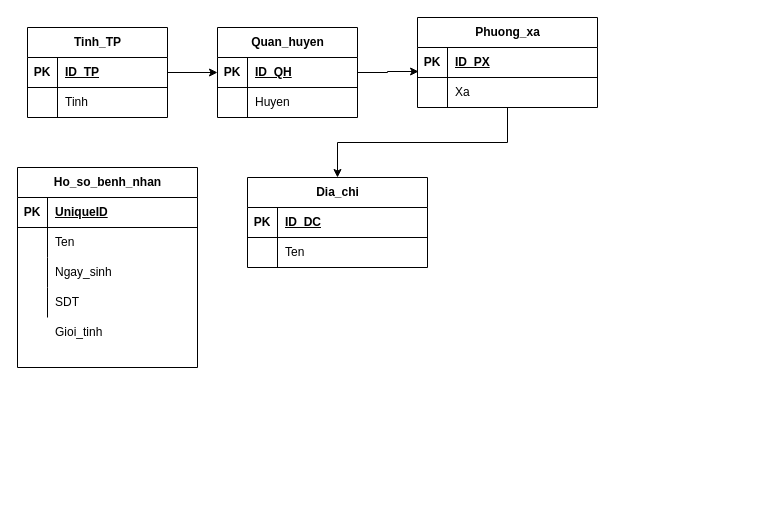
The draw.io diagram Untitled1 Diagram.drawio in PhuThuan/test1, before the edit. Source tidied: cells renumbered, new cells numbered last; positions are measured from the earlier drawing's top-left corner, leaving out a move shared by most shapes. Both pictures are drawn from the tidied source at 100%, with x=0, y=0 at pixel (17, 17).
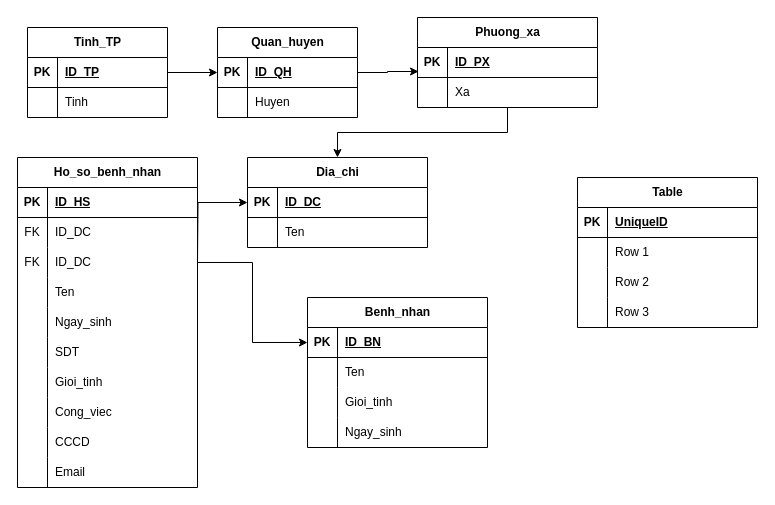
The same diagram, later.

Unchanged cells that the change refers to:
```xml
<mxCell id="27" style="shape=tableRow;horizontal=0;startSize=0;swimlaneHead=0;swimlaneBody=0;fillColor=none;points=[[0,0.5],[1,0.5]];portConstraint=eastwest;top=0;left=0;right=0;bottom=1;" parent="26" vertex="1">
  <mxGeometry y="30" width="180" height="30" as="geometry" />
</mxCell>
<mxCell id="35" style="shape=tableRow;horizontal=0;startSize=0;swimlaneHead=0;swimlaneBody=0;fillColor=none;top=0;left=0;right=0;bottom=1;" parent="34" vertex="1">
  <mxGeometry y="30" width="180" height="30" as="geometry" />
</mxCell>
```

What changed in the source:
```diff
@@
     <mxCell id="26" value="Dia_chi" style="shape=table;startSize=30;childLayout=tableLayout;rowLines=0;fontStyle=1;align=center;html=1;" parent="1" vertex="1">
-      <mxGeometry x="230" y="160" width="180" height="90" as="geometry" />
+      <mxGeometry x="230" y="140" width="180" height="90" as="geometry" />
     </mxCell>
@@
-    <mxCell id="33" value="Gioi_tinh&lt;br&gt;" style="shape=partialRectangle;fillColor=none;top=0;left=0;bottom=0;right=0;align=left;spacingLeft=6;overflow=hidden;whiteSpace=wrap;html=1;direction=west;" parent="1" vertex="1">
-      <mxGeometry x="30" y="300" width="150" height="30" as="geometry" />
-    </mxCell>
     <mxCell id="34" value="Ho_so_benh_nhan" style="shape=table;startSize=30;childLayout=tableLayout;rowLines=0;fontStyle=1;align=center;html=1;" parent="1" vertex="1">
-      <mxGeometry y="150" width="180" height="200" as="geometry" />
+      <mxGeometry y="140" width="180" height="330" as="geometry" />
     </mxCell>
@@
-    <mxCell id="37" value="UniqueID" style="shape=partialRectangle;fillColor=none;top=0;left=0;bottom=0;right=0;align=left;spacingLeft=6;fontStyle=5;overflow=hidden;whiteSpace=wrap;html=1;" parent="35" vertex="1">
+    <mxCell id="37" value="ID_HS" style="shape=partialRectangle;fillColor=none;top=0;left=0;bottom=0;right=0;align=left;spacingLeft=6;fontStyle=5;overflow=hidden;whiteSpace=wrap;html=1;" parent="35" vertex="1">
       <mxGeometry x="30" width="150" height="30" as="geometry" />
     </mxCell>
+    <mxCell id="47" style="shape=tableRow;horizontal=0;startSize=0;swimlaneHead=0;swimlaneBody=0;fillColor=none;top=0;left=0;right=0;bottom=0;" parent="34" vertex="1">
+      <mxGeometry y="60" width="180" height="30" as="geometry" />
+    </mxCell>
+    <mxCell id="48" value="FK" style="shape=partialRectangle;fillColor=none;top=0;left=0;bottom=0;right=0;overflow=hidden;whiteSpace=wrap;html=1;" parent="47" vertex="1">
+      <mxGeometry width="30" height="30" as="geometry" />
+    </mxCell>
+    <mxCell id="49" value="ID_DC" style="shape=partialRectangle;fillColor=none;top=0;left=0;bottom=0;right=0;align=left;spacingLeft=6;overflow=hidden;whiteSpace=wrap;html=1;" parent="47" vertex="1">
+      <mxGeometry x="30" width="150" height="30" as="geometry" />
+    </mxCell>
+    <mxCell id="50" style="shape=tableRow;horizontal=0;startSize=0;swimlaneHead=0;swimlaneBody=0;fillColor=none;points=[[0,0.5],[1,0.5]];portConstraint=eastwest;top=0;left=0;right=0;bottom=0;" parent="34" vertex="1">
+      <mxGeometry y="90" width="180" height="30" as="geometry" />
+    </mxCell>
+    <mxCell id="51" value="FK" style="shape=partialRectangle;fillColor=none;top=0;left=0;bottom=0;right=0;overflow=hidden;whiteSpace=wrap;html=1;" parent="50" vertex="1">
+      <mxGeometry width="30" height="30" as="geometry" />
+    </mxCell>
+    <mxCell id="52" value="ID_DC" style="shape=partialRectangle;fillColor=none;top=0;left=0;bottom=0;right=0;align=left;spacingLeft=6;overflow=hidden;whiteSpace=wrap;html=1;" parent="50" vertex="1">
+      <mxGeometry x="30" width="150" height="30" as="geometry" />
+    </mxCell>
     <mxCell id="38" style="shape=tableRow;horizontal=0;startSize=0;swimlaneHead=0;swimlaneBody=0;fillColor=none;top=0;left=0;right=0;bottom=0;" parent="34" vertex="1">
-      <mxGeometry y="60" width="180" height="30" as="geometry" />
+      <mxGeometry y="120" width="180" height="30" as="geometry" />
     </mxCell>
@@
     <mxCell id="41" style="shape=tableRow;horizontal=0;startSize=0;swimlaneHead=0;swimlaneBody=0;fillColor=none;top=0;left=0;right=0;bottom=0;" parent="34" vertex="1">
-      <mxGeometry y="90" width="180" height="30" as="geometry" />
+      <mxGeometry y="150" width="180" height="30" as="geometry" />
     </mxCell>
@@
     <mxCell id="44" style="shape=tableRow;horizontal=0;startSize=0;swimlaneHead=0;swimlaneBody=0;fillColor=none;top=0;left=0;right=0;bottom=0;" parent="34" vertex="1">
-      <mxGeometry y="120" width="180" height="30" as="geometry" />
+      <mxGeometry y="180" width="180" height="30" as="geometry" />
     </mxCell>
@@
+    <mxCell id="53" style="shape=tableRow;horizontal=0;startSize=0;swimlaneHead=0;swimlaneBody=0;fillColor=none;top=0;left=0;right=0;bottom=0;" parent="34" vertex="1">
+      <mxGeometry y="210" width="180" height="30" as="geometry" />
+    </mxCell>
+    <mxCell id="54" style="shape=partialRectangle;fillColor=none;top=0;left=0;bottom=0;right=0;overflow=hidden;whiteSpace=wrap;html=1;" parent="53" vertex="1">
+      <mxGeometry width="30" height="30" as="geometry" />
+    </mxCell>
+    <mxCell id="55" value="Gioi_tinh" style="shape=partialRectangle;fillColor=none;top=0;left=0;bottom=0;right=0;align=left;spacingLeft=6;overflow=hidden;whiteSpace=wrap;html=1;" parent="53" vertex="1">
+      <mxGeometry x="30" width="150" height="30" as="geometry" />
+    </mxCell>
+    <mxCell id="56" style="shape=tableRow;horizontal=0;startSize=0;swimlaneHead=0;swimlaneBody=0;fillColor=none;top=0;left=0;right=0;bottom=0;" parent="34" vertex="1">
+      <mxGeometry y="240" width="180" height="30" as="geometry" />
+    </mxCell>
+    <mxCell id="57" style="shape=partialRectangle;fillColor=none;top=0;left=0;bottom=0;right=0;overflow=hidden;whiteSpace=wrap;html=1;" parent="56" vertex="1">
+      <mxGeometry width="30" height="30" as="geometry" />
+    </mxCell>
+    <mxCell id="58" value="Cong_viec" style="shape=partialRectangle;fillColor=none;top=0;left=0;bottom=0;right=0;align=left;spacingLeft=6;overflow=hidden;whiteSpace=wrap;html=1;" parent="56" vertex="1">
+      <mxGeometry x="30" width="150" height="30" as="geometry" />
+    </mxCell>
+    <mxCell id="59" style="shape=tableRow;horizontal=0;startSize=0;swimlaneHead=0;swimlaneBody=0;fillColor=none;top=0;left=0;right=0;bottom=0;" parent="34" vertex="1">
+      <mxGeometry y="270" width="180" height="30" as="geometry" />
+    </mxCell>
+    <mxCell id="60" style="shape=partialRectangle;fillColor=none;top=0;left=0;bottom=0;right=0;overflow=hidden;whiteSpace=wrap;html=1;" parent="59" vertex="1">
+      <mxGeometry width="30" height="30" as="geometry" />
+    </mxCell>
+    <mxCell id="61" value="CCCD" style="shape=partialRectangle;fillColor=none;top=0;left=0;bottom=0;right=0;align=left;spacingLeft=6;overflow=hidden;whiteSpace=wrap;html=1;" parent="59" vertex="1">
+      <mxGeometry x="30" width="150" height="30" as="geometry" />
+    </mxCell>
+    <mxCell id="62" style="shape=tableRow;horizontal=0;startSize=0;swimlaneHead=0;swimlaneBody=0;fillColor=none;top=0;left=0;right=0;bottom=0;" parent="34" vertex="1">
+      <mxGeometry y="300" width="180" height="30" as="geometry" />
+    </mxCell>
+    <mxCell id="63" style="shape=partialRectangle;fillColor=none;top=0;left=0;bottom=0;right=0;overflow=hidden;whiteSpace=wrap;html=1;" parent="62" vertex="1">
+      <mxGeometry width="30" height="30" as="geometry" />
+    </mxCell>
+    <mxCell id="64" value="Email" style="shape=partialRectangle;fillColor=none;top=0;left=0;bottom=0;right=0;align=left;spacingLeft=6;overflow=hidden;whiteSpace=wrap;html=1;" parent="62" vertex="1">
+      <mxGeometry x="30" width="150" height="30" as="geometry" />
+    </mxCell>
+    <mxCell id="65" value="Benh_nhan" style="shape=table;startSize=30;childLayout=tableLayout;rowLines=0;fontStyle=1;align=center;html=1;" parent="1" vertex="1">
+      <mxGeometry x="290" y="280" width="180" height="150" as="geometry" />
+    </mxCell>
+    <mxCell id="66" style="shape=tableRow;horizontal=0;startSize=0;swimlaneHead=0;swimlaneBody=0;fillColor=none;points=[[0,0.5],[1,0.5]];portConstraint=eastwest;top=0;left=0;right=0;bottom=1;" parent="65" vertex="1">
+      <mxGeometry y="30" width="180" height="30" as="geometry" />
+    </mxCell>
+    <mxCell id="67" value="PK" style="shape=partialRectangle;fillColor=none;top=0;left=0;bottom=0;right=0;fontStyle=1;overflow=hidden;whiteSpace=wrap;html=1;" parent="66" vertex="1">
+      <mxGeometry width="30" height="30" as="geometry" />
+    </mxCell>
+    <mxCell id="68" value="ID_BN" style="shape=partialRectangle;fillColor=none;top=0;left=0;bottom=0;right=0;align=left;spacingLeft=6;fontStyle=5;overflow=hidden;whiteSpace=wrap;html=1;" parent="66" vertex="1">
+      <mxGeometry x="30" width="150" height="30" as="geometry" />
+    </mxCell>
+    <mxCell id="69" style="shape=tableRow;horizontal=0;startSize=0;swimlaneHead=0;swimlaneBody=0;fillColor=none;top=0;left=0;right=0;bottom=0;" parent="65" vertex="1">
+      <mxGeometry y="60" width="180" height="30" as="geometry" />
+    </mxCell>
+    <mxCell id="70" style="shape=partialRectangle;fillColor=none;top=0;left=0;bottom=0;right=0;overflow=hidden;whiteSpace=wrap;html=1;" parent="69" vertex="1">
+      <mxGeometry width="30" height="30" as="geometry" />
+    </mxCell>
+    <mxCell id="71" value="Ten" style="shape=partialRectangle;fillColor=none;top=0;left=0;bottom=0;right=0;align=left;spacingLeft=6;overflow=hidden;whiteSpace=wrap;html=1;" parent="69" vertex="1">
+      <mxGeometry x="30" width="150" height="30" as="geometry" />
+    </mxCell>
+    <mxCell id="72" style="shape=tableRow;horizontal=0;startSize=0;swimlaneHead=0;swimlaneBody=0;fillColor=none;top=0;left=0;right=0;bottom=0;" parent="65" vertex="1">
+      <mxGeometry y="90" width="180" height="30" as="geometry" />
+    </mxCell>
+    <mxCell id="73" style="shape=partialRectangle;fillColor=none;top=0;left=0;bottom=0;right=0;overflow=hidden;whiteSpace=wrap;html=1;" parent="72" vertex="1">
+      <mxGeometry width="30" height="30" as="geometry" />
+    </mxCell>
+    <mxCell id="74" value="Gioi_tinh" style="shape=partialRectangle;fillColor=none;top=0;left=0;bottom=0;right=0;align=left;spacingLeft=6;overflow=hidden;whiteSpace=wrap;html=1;" parent="72" vertex="1">
+      <mxGeometry x="30" width="150" height="30" as="geometry" />
+    </mxCell>
+    <mxCell id="75" style="shape=tableRow;horizontal=0;startSize=0;swimlaneHead=0;swimlaneBody=0;fillColor=none;top=0;left=0;right=0;bottom=0;" parent="65" vertex="1">
+      <mxGeometry y="120" width="180" height="30" as="geometry" />
+    </mxCell>
+    <mxCell id="76" style="shape=partialRectangle;fillColor=none;top=0;left=0;bottom=0;right=0;overflow=hidden;whiteSpace=wrap;html=1;" parent="75" vertex="1">
+      <mxGeometry width="30" height="30" as="geometry" />
+    </mxCell>
+    <mxCell id="77" value="Ngay_sinh" style="shape=partialRectangle;fillColor=none;top=0;left=0;bottom=0;right=0;align=left;spacingLeft=6;overflow=hidden;whiteSpace=wrap;html=1;" parent="75" vertex="1">
+      <mxGeometry x="30" width="150" height="30" as="geometry" />
+    </mxCell>
+    <mxCell id="78" value="Table" style="shape=table;startSize=30;childLayout=tableLayout;rowLines=0;fontStyle=1;align=center;html=1;" parent="1" vertex="1">
+      <mxGeometry x="560" y="160" width="180" height="150" as="geometry" />
+    </mxCell>
+    <mxCell id="79" style="shape=tableRow;horizontal=0;startSize=0;swimlaneHead=0;swimlaneBody=0;fillColor=none;top=0;left=0;right=0;bottom=1;" parent="78" vertex="1">
+      <mxGeometry y="30" width="180" height="30" as="geometry" />
+    </mxCell>
+    <mxCell id="80" value="PK" style="shape=partialRectangle;fillColor=none;top=0;left=0;bottom=0;right=0;fontStyle=1;overflow=hidden;whiteSpace=wrap;html=1;" parent="79" vertex="1">
+      <mxGeometry width="30" height="30" as="geometry" />
+    </mxCell>
+    <mxCell id="81" value="UniqueID" style="shape=partialRectangle;fillColor=none;top=0;left=0;bottom=0;right=0;align=left;spacingLeft=6;fontStyle=5;overflow=hidden;whiteSpace=wrap;html=1;" parent="79" vertex="1">
+      <mxGeometry x="30" width="150" height="30" as="geometry" />
+    </mxCell>
+    <mxCell id="82" style="shape=tableRow;horizontal=0;startSize=0;swimlaneHead=0;swimlaneBody=0;fillColor=none;top=0;left=0;right=0;bottom=0;" parent="78" vertex="1">
+      <mxGeometry y="60" width="180" height="30" as="geometry" />
+    </mxCell>
+    <mxCell id="83" style="shape=partialRectangle;fillColor=none;top=0;left=0;bottom=0;right=0;overflow=hidden;whiteSpace=wrap;html=1;" parent="82" vertex="1">
+      <mxGeometry width="30" height="30" as="geometry" />
+    </mxCell>
+    <mxCell id="84" value="Row 1" style="shape=partialRectangle;fillColor=none;top=0;left=0;bottom=0;right=0;align=left;spacingLeft=6;overflow=hidden;whiteSpace=wrap;html=1;" parent="82" vertex="1">
+      <mxGeometry x="30" width="150" height="30" as="geometry" />
+    </mxCell>
+    <mxCell id="85" style="shape=tableRow;horizontal=0;startSize=0;swimlaneHead=0;swimlaneBody=0;fillColor=none;top=0;left=0;right=0;bottom=0;" parent="78" vertex="1">
+      <mxGeometry y="90" width="180" height="30" as="geometry" />
+    </mxCell>
+    <mxCell id="86" style="shape=partialRectangle;fillColor=none;top=0;left=0;bottom=0;right=0;overflow=hidden;whiteSpace=wrap;html=1;" parent="85" vertex="1">
+      <mxGeometry width="30" height="30" as="geometry" />
+    </mxCell>
+    <mxCell id="87" value="Row 2" style="shape=partialRectangle;fillColor=none;top=0;left=0;bottom=0;right=0;align=left;spacingLeft=6;overflow=hidden;whiteSpace=wrap;html=1;" parent="85" vertex="1">
+      <mxGeometry x="30" width="150" height="30" as="geometry" />
+    </mxCell>
+    <mxCell id="88" style="shape=tableRow;horizontal=0;startSize=0;swimlaneHead=0;swimlaneBody=0;fillColor=none;top=0;left=0;right=0;bottom=0;" parent="78" vertex="1">
+      <mxGeometry y="120" width="180" height="30" as="geometry" />
+    </mxCell>
+    <mxCell id="89" style="shape=partialRectangle;fillColor=none;top=0;left=0;bottom=0;right=0;overflow=hidden;whiteSpace=wrap;html=1;" parent="88" vertex="1">
+      <mxGeometry width="30" height="30" as="geometry" />
+    </mxCell>
+    <mxCell id="90" value="Row 3" style="shape=partialRectangle;fillColor=none;top=0;left=0;bottom=0;right=0;align=left;spacingLeft=6;overflow=hidden;whiteSpace=wrap;html=1;" parent="88" vertex="1">
+      <mxGeometry x="30" width="150" height="30" as="geometry" />
+    </mxCell>
+    <mxCell id="91" style="edgeStyle=orthogonalEdgeStyle;rounded=0;jettySize=auto;html=1;" parent="1" edge="1" target="27">
+      <mxGeometry relative="1" as="geometry">
+        <mxPoint x="180" y="245" as="sourcePoint" />
+      </mxGeometry>
+    </mxCell>
+    <mxCell id="92" style="shape=partialRectangle;fillColor=none;top=0;left=0;bottom=0;right=0;fontStyle=1;overflow=hidden;whiteSpace=wrap;html=1;" parent="1" vertex="1">
+      <mxGeometry y="230" width="30" height="30" as="geometry" />
+    </mxCell>
+    <mxCell id="93" style="edgeStyle=orthogonalEdgeStyle;rounded=0;jettySize=auto;html=1;fontFamily=Helvetica;fontSize=12;fontColor=default;startSize=0;" parent="1" edge="1" source="50" target="66">
+      <mxGeometry relative="1" as="geometry" />
+    </mxCell>
```
